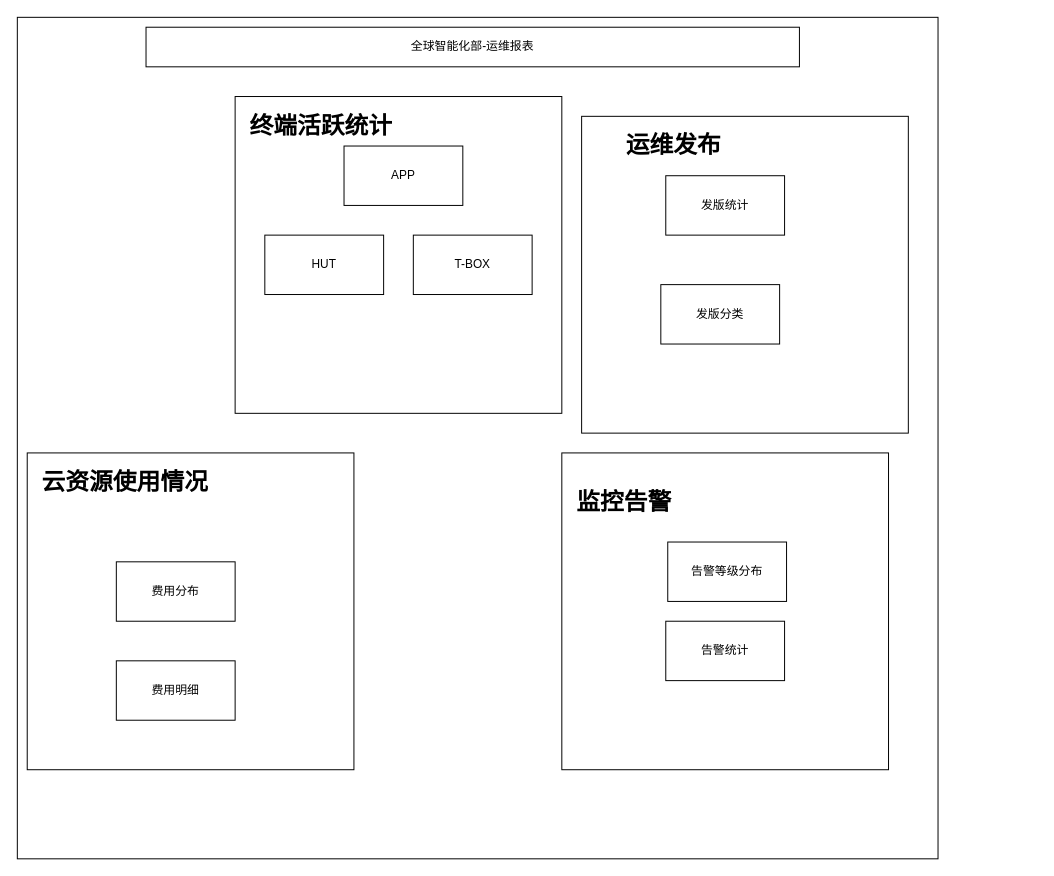
Above: 动态报表.drawio in 463024907/zabbix-report (draw.io), before the change. Source tidied: cells renumbered, new cells numbered last; positions are measured from the earlier drawing's top-left corner, leaving out a move shared by most shapes. Both pictures are drawn from the tidied source at 99%, with x=0, y=0 at pixel (17, 17).
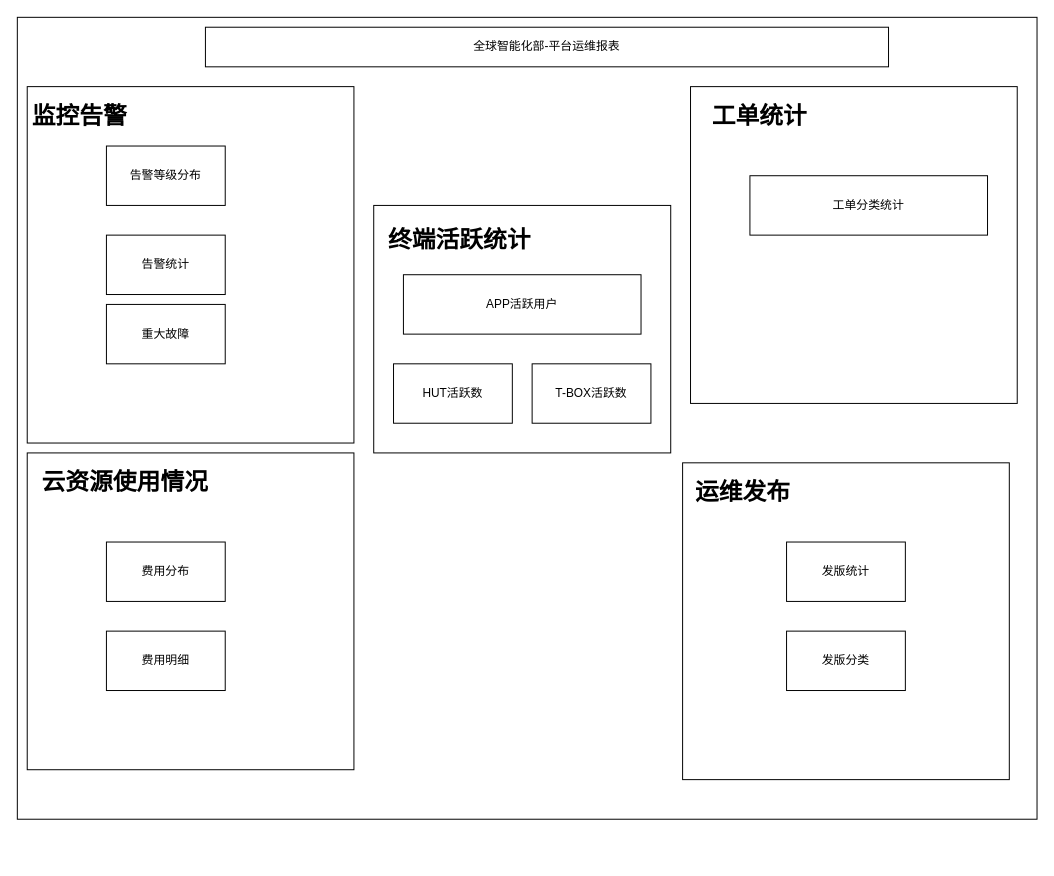
The same diagram, later.

Commit message:
更新动态报表.drawio

Diff of the diagram source:
```diff
@@
     <mxCell id="2" style="rounded=0;whiteSpace=wrap;html=1;" parent="1" vertex="1">
-      <mxGeometry width="930" height="850" as="geometry" />
+      <mxGeometry width="1030" height="810" as="geometry" />
     </mxCell>
+    <mxCell id="4" style="rounded=0;whiteSpace=wrap;html=1;" parent="1" vertex="1">
+      <mxGeometry x="360" y="190" width="300" height="250" as="geometry" />
+    </mxCell>
-    <mxCell id="3" value="全球智能化部-运维报表" style="rounded=0;whiteSpace=wrap;html=1;" parent="1" vertex="1">
-      <mxGeometry x="130" y="10" width="660" height="40" as="geometry" />
+    <mxCell id="3" value="全球智能化部-平台运维报表" style="rounded=0;whiteSpace=wrap;html=1;" parent="1" vertex="1">
+      <mxGeometry x="190" y="10" width="690" height="40" as="geometry" />
     </mxCell>
-    <mxCell id="4" style="rounded=0;whiteSpace=wrap;html=1;" parent="1" vertex="1">
-      <mxGeometry x="220" y="80" width="330" height="320" as="geometry" />
-    </mxCell>
     <mxCell id="5" value="&lt;h1&gt;终端活跃统计&lt;/h1&gt;" style="text;html=1;strokeColor=none;fillColor=none;spacing=5;spacingTop=-20;whiteSpace=wrap;overflow=hidden;rounded=0;" parent="1" vertex="1">
-      <mxGeometry x="230" y="90" width="160" height="30" as="geometry" />
+      <mxGeometry x="370" y="205" width="160" height="30" as="geometry" />
     </mxCell>
-    <mxCell id="6" value="APP" style="rounded=0;whiteSpace=wrap;html=1;" parent="1" vertex="1">
-      <mxGeometry x="330" y="130" width="120" height="60" as="geometry" />
+    <mxCell id="6" value="APP活跃用户" style="rounded=0;whiteSpace=wrap;html=1;" parent="1" vertex="1">
+      <mxGeometry x="390" y="260" width="240" height="60" as="geometry" />
     </mxCell>
-    <mxCell id="7" value="T-BOX" style="rounded=0;whiteSpace=wrap;html=1;" parent="1" vertex="1">
-      <mxGeometry x="400" y="220" width="120" height="60" as="geometry" />
+    <mxCell id="7" value="T-BOX活跃数" style="rounded=0;whiteSpace=wrap;html=1;" parent="1" vertex="1">
+      <mxGeometry x="520" y="350" width="120" height="60" as="geometry" />
     </mxCell>
-    <mxCell id="8" value="HUT" style="rounded=0;whiteSpace=wrap;html=1;" parent="1" vertex="1">
-      <mxGeometry x="250" y="220" width="120" height="60" as="geometry" />
+    <mxCell id="8" value="HUT活跃数" style="rounded=0;whiteSpace=wrap;html=1;" parent="1" vertex="1">
+      <mxGeometry x="380" y="350" width="120" height="60" as="geometry" />
     </mxCell>
@@
     <mxCell id="11" value="费用分布" style="rounded=0;whiteSpace=wrap;html=1;" parent="1" vertex="1">
-      <mxGeometry x="100" y="550" width="120" height="60" as="geometry" />
+      <mxGeometry x="90" y="530" width="120" height="60" as="geometry" />
     </mxCell>
     <mxCell id="12" value="费用明细" style="rounded=0;whiteSpace=wrap;html=1;" parent="1" vertex="1">
-      <mxGeometry x="100" y="650" width="120" height="60" as="geometry" />
+      <mxGeometry x="90" y="620" width="120" height="60" as="geometry" />
     </mxCell>
     <mxCell id="13" style="rounded=0;whiteSpace=wrap;html=1;" parent="1" vertex="1">
-      <mxGeometry x="570" y="100" width="330" height="320" as="geometry" />
+      <mxGeometry x="672" y="450" width="330" height="320" as="geometry" />
     </mxCell>
     <mxCell id="14" value="&lt;h1&gt;运维发布&lt;/h1&gt;" style="text;html=1;strokeColor=none;fillColor=none;spacing=5;spacingTop=-20;whiteSpace=wrap;overflow=hidden;rounded=0;" parent="1" vertex="1">
-      <mxGeometry x="610" y="110" width="200" height="40" as="geometry" />
+      <mxGeometry x="680" y="460" width="200" height="40" as="geometry" />
     </mxCell>
     <mxCell id="15" value="发版统计" style="rounded=0;whiteSpace=wrap;html=1;" parent="1" vertex="1">
-      <mxGeometry x="655" y="160" width="120" height="60" as="geometry" />
+      <mxGeometry x="777" y="530" width="120" height="60" as="geometry" />
     </mxCell>
     <mxCell id="16" value="发版分类" style="rounded=0;whiteSpace=wrap;html=1;" parent="1" vertex="1">
-      <mxGeometry x="650" y="270" width="120" height="60" as="geometry" />
+      <mxGeometry x="777" y="620" width="120" height="60" as="geometry" />
     </mxCell>
     <mxCell id="17" style="rounded=0;whiteSpace=wrap;html=1;" parent="1" vertex="1">
-      <mxGeometry x="550" y="440" width="330" height="320" as="geometry" />
+      <mxGeometry x="10" y="70" width="330" height="360" as="geometry" />
     </mxCell>
     <mxCell id="18" value="&lt;h1&gt;监控告警&lt;span style=&quot;white-space: pre&quot;&gt; &lt;/span&gt;&lt;/h1&gt;" style="text;html=1;strokeColor=none;fillColor=none;spacing=5;spacingTop=-20;whiteSpace=wrap;overflow=hidden;rounded=0;" parent="1" vertex="1">
-      <mxGeometry x="560" y="470" width="200" height="40" as="geometry" />
+      <mxGeometry x="10" y="80" width="200" height="40" as="geometry" />
     </mxCell>
     <mxCell id="19" value="告警等级分布" style="rounded=0;whiteSpace=wrap;html=1;" parent="1" vertex="1">
-      <mxGeometry x="657" y="530" width="120" height="60" as="geometry" />
+      <mxGeometry x="90" y="130" width="120" height="60" as="geometry" />
     </mxCell>
     <mxCell id="20" value="告警统计" style="rounded=0;whiteSpace=wrap;html=1;" parent="1" vertex="1">
-      <mxGeometry x="655" y="610" width="120" height="60" as="geometry" />
+      <mxGeometry x="90" y="220" width="120" height="60" as="geometry" />
     </mxCell>
+    <mxCell id="21" style="rounded=0;whiteSpace=wrap;html=1;" parent="1" vertex="1">
+      <mxGeometry x="680" y="70" width="330" height="320" as="geometry" />
+    </mxCell>
+    <mxCell id="22" value="重大故障" style="rounded=0;whiteSpace=wrap;html=1;" parent="1" vertex="1">
+      <mxGeometry x="90" y="290" width="120" height="60" as="geometry" />
+    </mxCell>
+    <mxCell id="23" value="&lt;h1&gt;工单统计&lt;/h1&gt;" style="text;html=1;strokeColor=none;fillColor=none;spacing=5;spacingTop=-20;whiteSpace=wrap;overflow=hidden;rounded=0;" parent="1" vertex="1">
+      <mxGeometry x="697" y="80" width="200" height="40" as="geometry" />
+    </mxCell>
+    <mxCell id="24" value="工单分类统计" style="rounded=0;whiteSpace=wrap;html=1;" parent="1" vertex="1">
+      <mxGeometry x="740" y="160" width="240" height="60" as="geometry" />
+    </mxCell>
```
